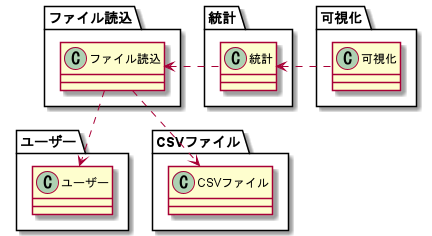
ShisatoYano/CsvDataAnalyzer keeps this PlantUML diagram as docs/design/uml/PackageDiagram/PackageDiagram.png. Above is the earlier version.
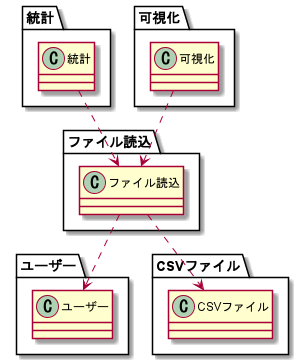
After the commit.

Commit message:
modified package diagram

The edit, as a diff of the source:
```diff
@@ -6,12 +6,12 @@
 
 package 統計 {
     class 統計
-    ファイル読込 <. 統計
+    統計 ..> ファイル読込
 }
 
 package 可視化 {
     class 可視化
-    統計 <. 可視化
+    可視化 ..> ファイル読込
 }
 
 package ユーザー {
```
